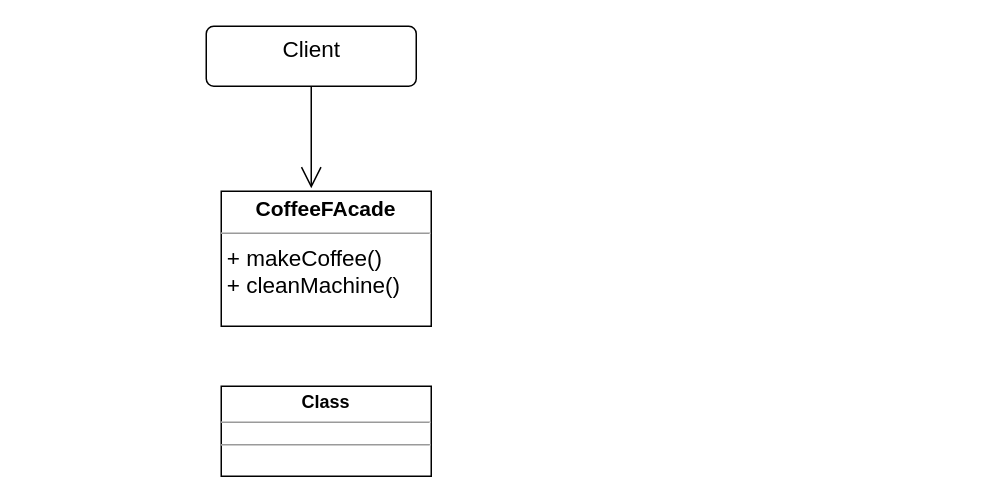
Above: structural/facade/facade.drawio in MaksShadows/Patterns (draw.io), before the change. Source tidied: cells renumbered, new cells numbered last; positions are measured from the earlier drawing's top-left corner, leaving out a move shared by most shapes. Both pictures are drawn from the tidied source at 150%, with x=0, y=0 at pixel (206, 26).
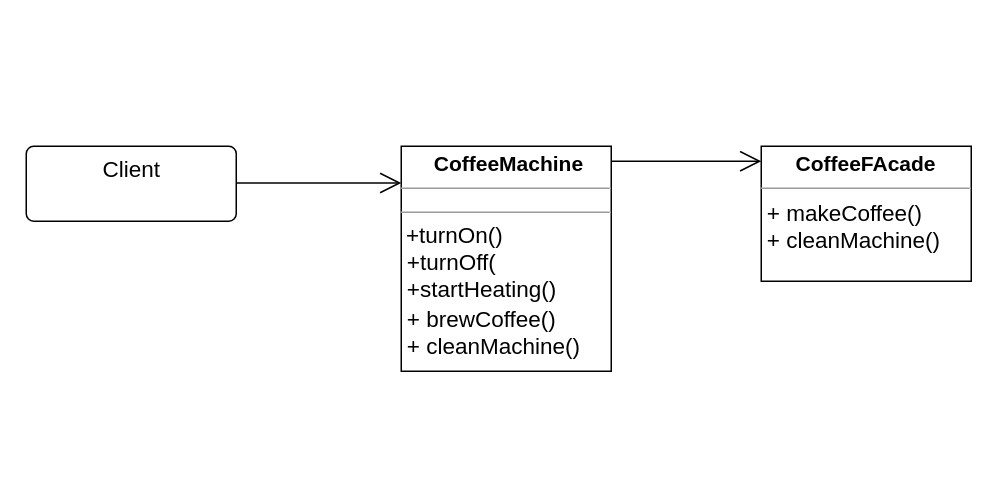
The same diagram, later.

What changed in the source:
```diff
@@
 <mxGraphModel>
   <root>
     <mxCell id="0" />
     <mxCell id="1" parent="0" />
     <mxCell id="2" value="&lt;font style=&quot;font-size: 15px&quot;&gt;Client&lt;/font&gt;" style="html=1;align=center;verticalAlign=top;rounded=1;absoluteArcSize=1;arcSize=10;dashed=0;" parent="1" vertex="1">
-      <mxGeometry width="140" height="40" as="geometry" />
+      <mxGeometry x="-120" y="80" width="140" height="50" as="geometry" />
     </mxCell>
     <mxCell id="3" value="&lt;p style=&quot;margin: 4px 0px 0px ; text-align: center ; font-size: 14px&quot;&gt;&lt;b&gt;&lt;font style=&quot;font-size: 14px&quot;&gt;CoffeeFAcade&lt;/font&gt;&lt;/b&gt;&lt;/p&gt;&lt;hr size=&quot;1&quot; style=&quot;font-size: 14px&quot;&gt;&lt;div style=&quot;height: 2px&quot;&gt;&lt;font style=&quot;font-size: 15px&quot;&gt;&amp;nbsp;+ makeCoffee()&lt;/font&gt;&lt;/div&gt;&lt;div style=&quot;height: 2px&quot;&gt;&lt;font style=&quot;font-size: 15px&quot;&gt;&lt;br&gt;&lt;/font&gt;&lt;/div&gt;&lt;div style=&quot;height: 2px&quot;&gt;&lt;font style=&quot;font-size: 15px&quot;&gt;&lt;br&gt;&lt;/font&gt;&lt;/div&gt;&lt;div style=&quot;height: 2px&quot;&gt;&lt;font style=&quot;font-size: 15px&quot;&gt;&lt;br&gt;&lt;/font&gt;&lt;/div&gt;&lt;div style=&quot;height: 2px&quot;&gt;&lt;font style=&quot;font-size: 15px&quot;&gt;&lt;br&gt;&lt;/font&gt;&lt;/div&gt;&lt;div style=&quot;height: 2px&quot;&gt;&lt;font style=&quot;font-size: 15px&quot;&gt;&lt;br&gt;&lt;/font&gt;&lt;/div&gt;&lt;div style=&quot;height: 2px&quot;&gt;&lt;font style=&quot;font-size: 15px&quot;&gt;&lt;br&gt;&lt;/font&gt;&lt;/div&gt;&lt;div style=&quot;height: 2px&quot;&gt;&lt;font style=&quot;font-size: 15px&quot;&gt;&lt;br&gt;&lt;/font&gt;&lt;/div&gt;&lt;div style=&quot;height: 2px&quot;&gt;&lt;font style=&quot;font-size: 15px&quot;&gt;&lt;br&gt;&lt;/font&gt;&lt;/div&gt;&lt;div style=&quot;height: 2px&quot;&gt;&lt;font style=&quot;font-size: 15px&quot;&gt;&amp;nbsp;+ cleanMachine()&lt;/font&gt;&lt;/div&gt;" style="verticalAlign=top;align=left;overflow=fill;fontSize=12;fontFamily=Helvetica;html=1;" parent="1" vertex="1">
-      <mxGeometry x="10" y="110" width="140" height="90" as="geometry" />
+      <mxGeometry x="370" y="80" width="140" height="90" as="geometry" />
     </mxCell>
-    <mxCell id="4" style="endArrow=open;endFill=1;endSize=12;html=1;exitX=0.5;exitY=1;exitDx=0;exitDy=0;" parent="1" edge="1" source="2">
+    <mxCell id="4" style="endArrow=open;endFill=1;endSize=12;html=1;" parent="1" edge="1">
       <mxGeometry relative="1" as="geometry">
-        <mxPoint x="70" y="108" as="targetPoint" />
+        <mxPoint x="20" y="104.5" as="sourcePoint" />
+        <mxPoint x="130" y="104.5" as="targetPoint" />
       </mxGeometry>
     </mxCell>
-    <mxCell id="5" value="&lt;p style=&quot;margin:0px;margin-top:4px;text-align:center;&quot;&gt;&lt;b&gt;Class&lt;/b&gt;&lt;/p&gt;&lt;hr size=&quot;1&quot;/&gt;&lt;div style=&quot;height:2px;&quot;&gt;&lt;/div&gt;&lt;hr size=&quot;1&quot;/&gt;&lt;div style=&quot;height:2px;&quot;&gt;&lt;/div&gt;" style="verticalAlign=top;align=left;overflow=fill;fontSize=12;fontFamily=Helvetica;html=1;" parent="1" vertex="1">
-      <mxGeometry x="10" y="240" width="140" height="60" as="geometry" />
+    <mxCell id="5" value="&lt;p style=&quot;margin: 4px 0px 0px ; text-align: center ; font-size: 14px&quot;&gt;&lt;font style=&quot;font-size: 14px&quot;&gt;&lt;b&gt;&amp;nbsp;CoffeeMachine&lt;/b&gt;&lt;br&gt;&lt;/font&gt;&lt;/p&gt;&lt;hr size=&quot;1&quot; style=&quot;font-size: 14px&quot;&gt;&lt;div style=&quot;height: 2px&quot;&gt;&lt;/div&gt;&lt;hr size=&quot;1&quot;&gt;&lt;div style=&quot;height: 2px ; font-size: 15px&quot;&gt;&lt;span style=&quot;font-size: 13px&quot;&gt;&amp;nbsp;&lt;/span&gt;&lt;font style=&quot;font-size: 15px&quot;&gt;+turnOn()&lt;/font&gt;&lt;/div&gt;&lt;div style=&quot;height: 2px ; font-size: 15px&quot;&gt;&lt;font style=&quot;font-size: 15px&quot;&gt;&lt;br&gt;&lt;/font&gt;&lt;/div&gt;&lt;div style=&quot;height: 2px ; font-size: 15px&quot;&gt;&lt;font style=&quot;font-size: 15px&quot;&gt;&lt;br&gt;&lt;/font&gt;&lt;/div&gt;&lt;div style=&quot;height: 2px ; font-size: 15px&quot;&gt;&lt;font style=&quot;font-size: 15px&quot;&gt;&lt;br&gt;&lt;/font&gt;&lt;/div&gt;&lt;div style=&quot;height: 2px ; font-size: 15px&quot;&gt;&lt;font style=&quot;font-size: 15px&quot;&gt;&lt;br&gt;&lt;/font&gt;&lt;/div&gt;&lt;div style=&quot;height: 2px ; font-size: 15px&quot;&gt;&lt;font style=&quot;font-size: 15px&quot;&gt;&lt;br&gt;&lt;/font&gt;&lt;/div&gt;&lt;div style=&quot;height: 2px ; font-size: 15px&quot;&gt;&lt;font style=&quot;font-size: 15px&quot;&gt;&lt;br&gt;&lt;/font&gt;&lt;/div&gt;&lt;div style=&quot;height: 2px ; font-size: 15px&quot;&gt;&lt;font style=&quot;font-size: 15px&quot;&gt;&lt;br&gt;&lt;/font&gt;&lt;/div&gt;&lt;div style=&quot;height: 2px ; font-size: 15px&quot;&gt;&lt;font style=&quot;font-size: 15px&quot;&gt;&lt;br&gt;&lt;/font&gt;&lt;/div&gt;&lt;div style=&quot;height: 2px ; font-size: 15px&quot;&gt;&lt;font style=&quot;font-size: 15px&quot;&gt;&amp;nbsp;+turnOff(&lt;/font&gt;&lt;/div&gt;&lt;div style=&quot;height: 2px ; font-size: 15px&quot;&gt;&lt;font style=&quot;font-size: 15px&quot;&gt;&lt;br&gt;&lt;/font&gt;&lt;/div&gt;&lt;div style=&quot;height: 2px ; font-size: 15px&quot;&gt;&lt;font style=&quot;font-size: 15px&quot;&gt;&lt;br&gt;&lt;/font&gt;&lt;/div&gt;&lt;div style=&quot;height: 2px ; font-size: 15px&quot;&gt;&lt;font style=&quot;font-size: 15px&quot;&gt;&lt;br&gt;&lt;/font&gt;&lt;/div&gt;&lt;div style=&quot;height: 2px ; font-size: 15px&quot;&gt;&lt;font style=&quot;font-size: 15px&quot;&gt;&lt;br&gt;&lt;/font&gt;&lt;/div&gt;&lt;div style=&quot;height: 2px ; font-size: 15px&quot;&gt;&lt;font style=&quot;font-size: 15px&quot;&gt;&lt;br&gt;&lt;/font&gt;&lt;/div&gt;&lt;div style=&quot;height: 2px ; font-size: 15px&quot;&gt;&lt;br&gt;&lt;/div&gt;&lt;div style=&quot;height: 2px ; font-size: 15px&quot;&gt;&lt;font style=&quot;font-size: 15px&quot;&gt;&lt;br&gt;&lt;/font&gt;&lt;/div&gt;&lt;div style=&quot;height: 2px ; font-size: 15px&quot;&gt;&lt;font style=&quot;font-size: 15px&quot;&gt;&lt;br&gt;&lt;/font&gt;&lt;/div&gt;&lt;div style=&quot;height: 2px ; font-size: 15px&quot;&gt;&lt;font style=&quot;font-size: 15px&quot;&gt;&amp;nbsp;+startHeating()&lt;/font&gt;&lt;/div&gt;&lt;div style=&quot;height: 2px ; font-size: 15px&quot;&gt;&lt;font style=&quot;font-size: 15px&quot;&gt;&lt;br&gt;&lt;/font&gt;&lt;/div&gt;&lt;div style=&quot;height: 2px ; font-size: 15px&quot;&gt;&lt;font style=&quot;font-size: 15px&quot;&gt;&lt;br&gt;&lt;/font&gt;&lt;/div&gt;&lt;div style=&quot;height: 2px ; font-size: 15px&quot;&gt;&lt;font style=&quot;font-size: 15px&quot;&gt;&lt;br&gt;&lt;/font&gt;&lt;/div&gt;&lt;div style=&quot;height: 2px ; font-size: 15px&quot;&gt;&lt;font style=&quot;font-size: 15px&quot;&gt;&lt;br&gt;&lt;/font&gt;&lt;/div&gt;&lt;div style=&quot;height: 2px ; font-size: 15px&quot;&gt;&lt;font style=&quot;font-size: 15px&quot;&gt;&lt;br&gt;&lt;/font&gt;&lt;/div&gt;&lt;div style=&quot;height: 2px ; font-size: 15px&quot;&gt;&lt;font style=&quot;font-size: 15px&quot;&gt;&lt;br&gt;&lt;/font&gt;&lt;/div&gt;&lt;div style=&quot;height: 2px ; font-size: 15px&quot;&gt;&lt;font style=&quot;font-size: 15px&quot;&gt;&lt;br&gt;&lt;/font&gt;&lt;/div&gt;&lt;div style=&quot;height: 2px ; font-size: 15px&quot;&gt;&lt;font style=&quot;font-size: 15px&quot;&gt;&lt;br&gt;&lt;/font&gt;&lt;/div&gt;&lt;div style=&quot;height: 2px ; font-size: 15px&quot;&gt;&lt;font style=&quot;font-size: 15px&quot;&gt;&lt;br&gt;&lt;/font&gt;&lt;/div&gt;&lt;div style=&quot;height: 2px ; font-size: 15px&quot;&gt;&lt;span&gt;&amp;nbsp;+&amp;nbsp;brewCoffee()&lt;/span&gt;&lt;/div&gt;&lt;div style=&quot;height: 2px ; font-size: 15px&quot;&gt;&lt;font style=&quot;font-size: 15px&quot;&gt;&lt;br&gt;&lt;/font&gt;&lt;/div&gt;&lt;div style=&quot;height: 2px ; font-size: 15px&quot;&gt;&lt;font style=&quot;font-size: 15px&quot;&gt;&lt;br&gt;&lt;/font&gt;&lt;/div&gt;&lt;div style=&quot;height: 2px ; font-size: 15px&quot;&gt;&lt;font style=&quot;font-size: 15px&quot;&gt;&lt;br&gt;&lt;/font&gt;&lt;/div&gt;&lt;div style=&quot;height: 2px ; font-size: 15px&quot;&gt;&lt;font style=&quot;font-size: 15px&quot;&gt;&lt;br&gt;&lt;/font&gt;&lt;/div&gt;&lt;div style=&quot;height: 2px ; font-size: 15px&quot;&gt;&lt;font style=&quot;font-size: 15px&quot;&gt;&lt;br&gt;&lt;/font&gt;&lt;/div&gt;&lt;div style=&quot;height: 2px ; font-size: 15px&quot;&gt;&lt;font style=&quot;font-size: 15px&quot;&gt;&lt;br&gt;&lt;/font&gt;&lt;/div&gt;&lt;div style=&quot;height: 2px ; font-size: 15px&quot;&gt;&lt;font style=&quot;font-size: 15px&quot;&gt;&lt;br&gt;&lt;/font&gt;&lt;/div&gt;&lt;div style=&quot;height: 2px ; font-size: 15px&quot;&gt;&lt;font style=&quot;font-size: 15px&quot;&gt;&lt;br&gt;&lt;/font&gt;&lt;/div&gt;&lt;div style=&quot;height: 2px ; font-size: 15px&quot;&gt;&lt;font style=&quot;font-size: 15px&quot;&gt;&amp;nbsp;+&amp;nbsp;cleanMachine()&lt;/font&gt;&lt;/div&gt;" style="verticalAlign=top;align=left;overflow=fill;fontSize=12;fontFamily=Helvetica;html=1;" parent="1" vertex="1">
+      <mxGeometry x="130" y="80" width="140" height="150" as="geometry" />
     </mxCell>
+    <mxCell id="6" style="endArrow=open;endFill=1;endSize=12;html=1;" parent="1" edge="1">
+      <mxGeometry relative="1" as="geometry">
+        <mxPoint x="270" y="90" as="sourcePoint" />
+        <mxPoint x="370" y="90" as="targetPoint" />
+      </mxGeometry>
+    </mxCell>
   </root>
 </mxGraphModel>
```
